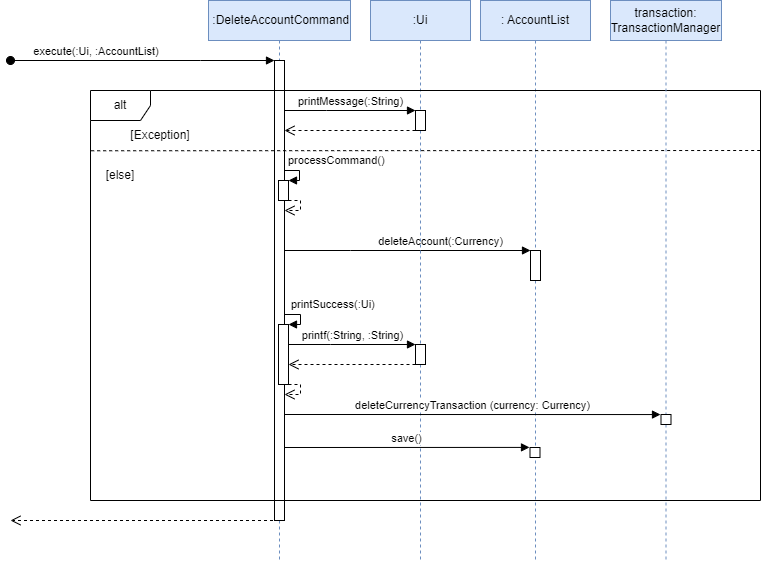
woowenjun99/tp keeps this draw.io diagram as docs/images/DeleteAccountCommandSeqDiagram.png. Above is the earlier version. Source tidied: cells renumbered, new cells last; positions are measured from the earlier drawing's top-left corner, leaving out a move shared by most shapes.
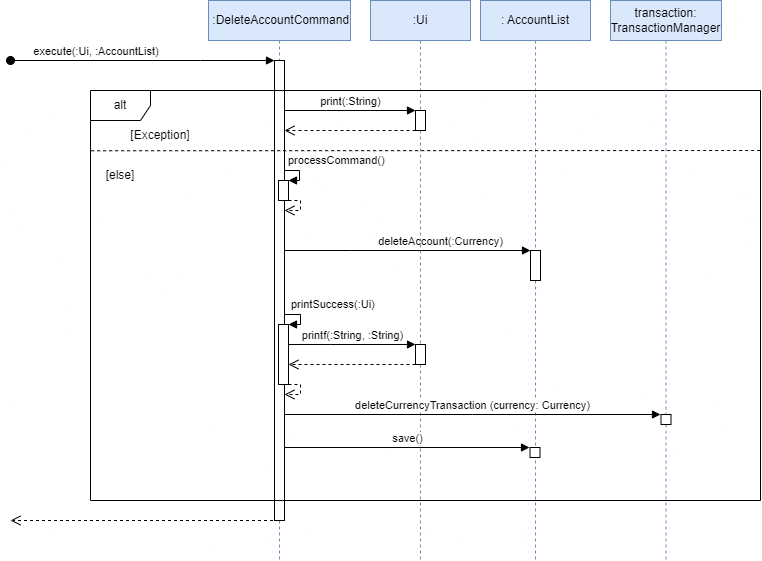
After the change.

Commit message:
Modify add, withdraw seq diagram

Change to the diagram source:
```diff
@@ -118,7 +118,7 @@
     <mxCell id="21" style="html=1;points=[];perimeter=orthogonalPerimeter;outlineConnect=0;targetShapes=umlLifeline;portConstraint=eastwest;newEdgeStyle={&quot;edgeStyle&quot;:&quot;elbowEdgeStyle&quot;,&quot;elbow&quot;:&quot;vertical&quot;,&quot;curved&quot;:0,&quot;rounded&quot;:0};" parent="1" vertex="1">
       <mxGeometry x="405" y="110" width="10" height="20" as="geometry" />
     </mxCell>
-    <mxCell id="22" value="printMessage(:String)" style="html=1;verticalAlign=bottom;endArrow=block;edgeStyle=elbowEdgeStyle;elbow=vertical;curved=0;rounded=0;" parent="1" edge="1" source="3" target="21">
+    <mxCell id="22" value="print(:String)" style="html=1;verticalAlign=bottom;endArrow=block;edgeStyle=elbowEdgeStyle;elbow=vertical;curved=0;rounded=0;" parent="1" edge="1" source="3" target="21">
       <mxGeometry relative="1" as="geometry">
         <Array as="points">
           <mxPoint x="316" y="110" />
```
